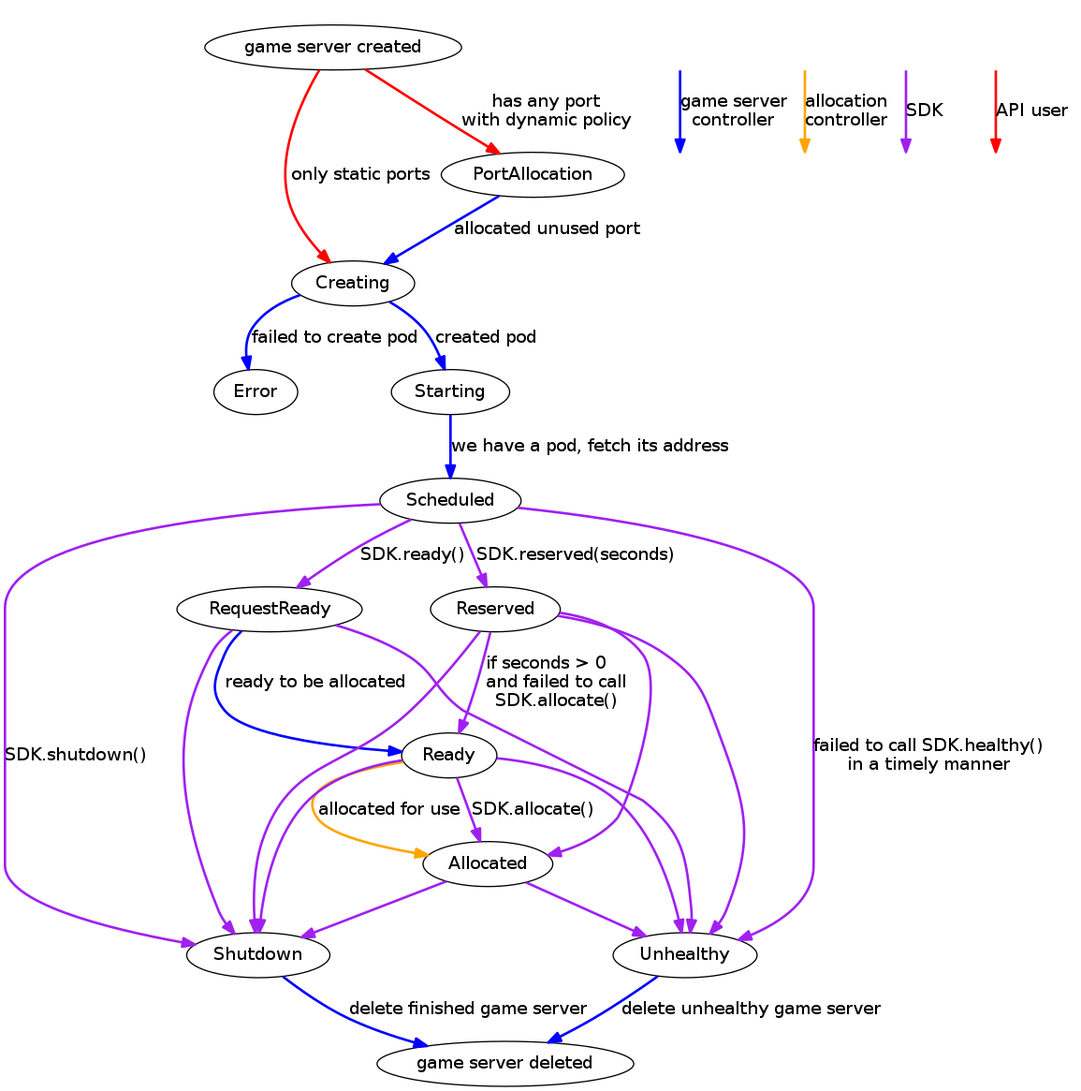
googleforgames/agones keeps this Graphviz diagram as site/static/diagrams/gameserver-states.dot.png. Above is the earlier version. Its source is kept beside it as site/static/diagrams/gameserver-states.dot.
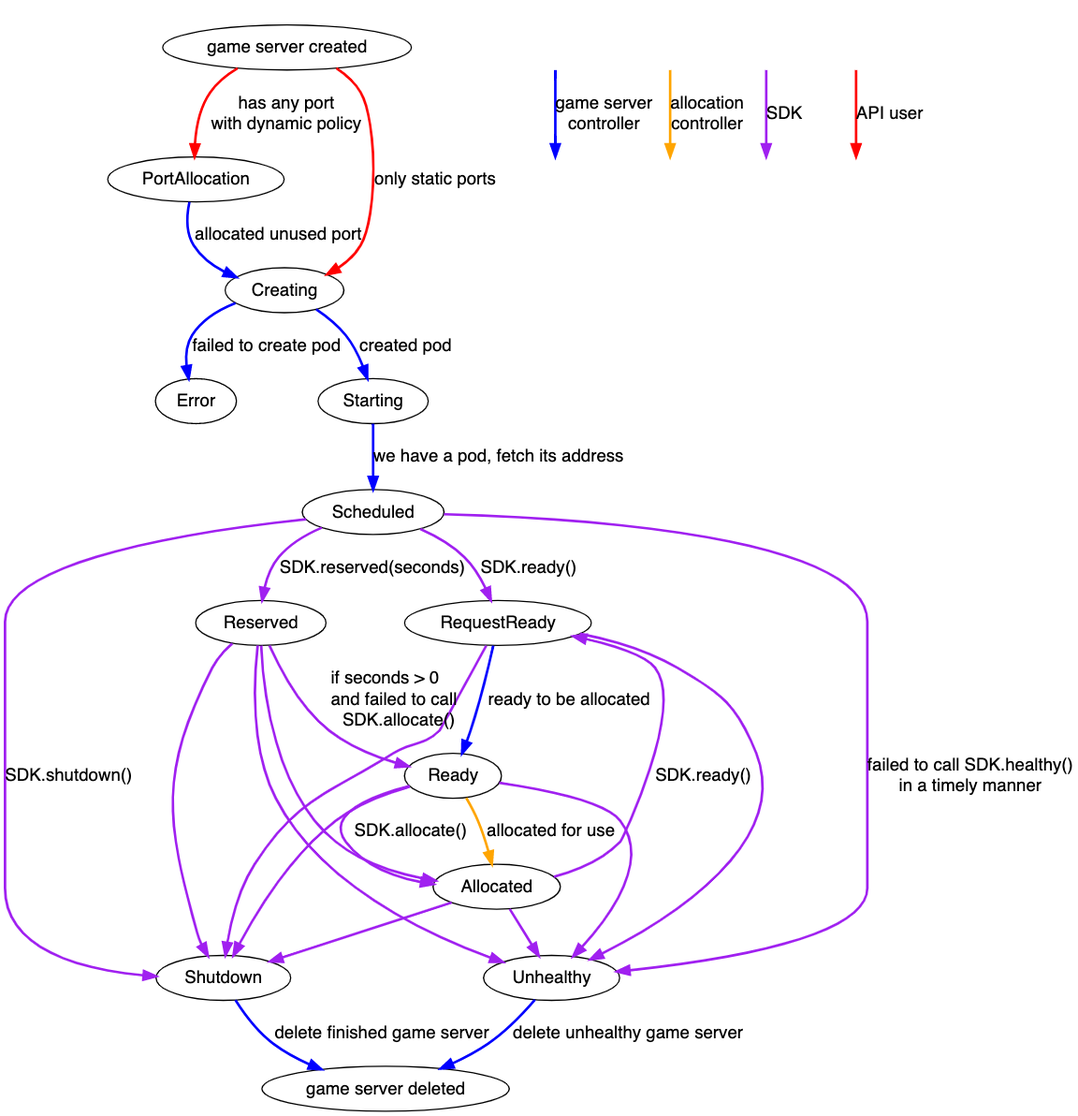
The same file after the commit.

Commit message:
Fixed GameServer State Diagram (#1635)

* Updated GameServer State Diagram

Reflect the explanation of Q&A on the diagram.

* Fixed by review content.

What changed in the source:
```diff
@@ -28,6 +28,7 @@
     Scheduled -> RequestReady [ label="SDK.ready()", color="purple" ]
     RequestReady -> Ready [ label="ready to be allocated", color="blue" ]
     Reserved -> Ready [label="if seconds > 0  \land failed to call  \lSDK.allocate()  " color="purple"]
+    Allocated -> RequestReady [ label="SDK.ready()", color="purple" ]
 
     Ready -> Allocated [ label="allocated for use", color="orange" ]
     Ready -> Allocated [ label="SDK.allocate()   ", color="purple" ]
```
